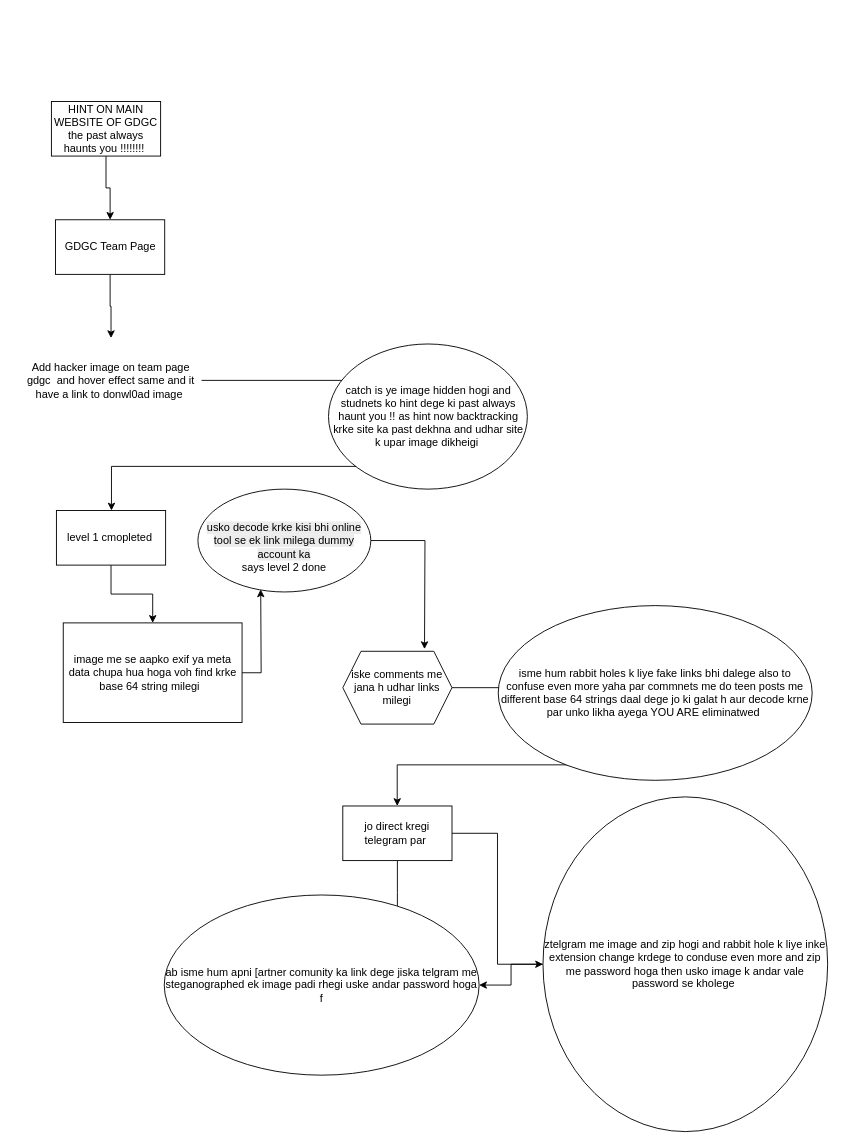
utkarshcse2026/SWE-Lab-Sem6- keeps this draw.io diagram as Ctf.drawio. Above is the earlier version. Source tidied: cells renumbered, new cells numbered last; positions are measured from the earlier drawing's top-left corner, leaving out a move shared by most shapes. Both pictures are drawn from the tidied source at 91%, with x=0, y=0 at pixel (20, 101).
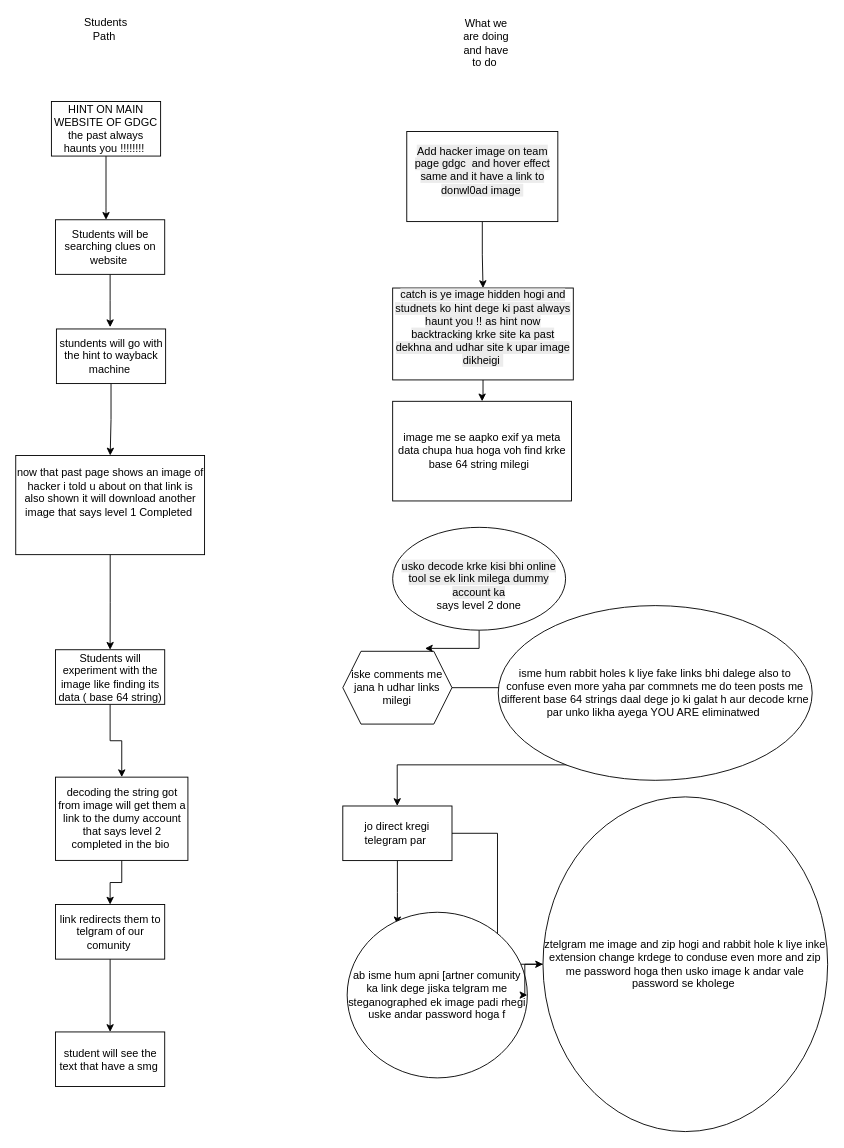
The same diagram, later.

Commit message:
Added users and creators pov

The change refers to these unchanged cells:
```xml
<mxCell id="23" value="HINT ON MAIN WEBSITE OF GDGC&lt;br&gt;the past always haunts you !!!!!!!!&amp;nbsp;" style="rounded=0;whiteSpace=wrap;html=1;" parent="1" vertex="1">
  <mxGeometry x="34" width="120" height="60" as="geometry" />
</mxCell>
```

Diff of the diagram source:
```diff
@@
-    <mxCell id="2" style="edgeStyle=orthogonalEdgeStyle;rounded=0;jettySize=auto;html=1;" parent="1" edge="1" source="3" target="7">
-      <mxGeometry relative="1" as="geometry">
-        <Array as="points">
-          <mxPoint x="420" y="307" />
-          <mxPoint x="420" y="401" />
-          <mxPoint x="100" y="401" />
-        </Array>
-      </mxGeometry>
-    </mxCell>
-    <mxCell id="3" value="Add hacker image on team page gdgc&amp;nbsp; and hover effect same and it have a link to donwl0ad image&amp;nbsp;" style="text;html=1;align=center;verticalAlign=middle;whiteSpace=wrap;rounded=0;" parent="1" vertex="1">
-      <mxGeometry y="260" width="199" height="93" as="geometry" />
-    </mxCell>
-    <mxCell id="4" style="edgeStyle=orthogonalEdgeStyle;rounded=0;jettySize=auto;html=1;" parent="1" edge="1" source="5" target="3">
-      <mxGeometry relative="1" as="geometry" />
+    <mxCell id="4" style="edgeStyle=orthogonalEdgeStyle;rounded=0;jettySize=auto;html=1;" parent="1" edge="1" source="5">
+      <mxGeometry relative="1" as="geometry">
+        <mxPoint x="98.5" y="248" as="targetPoint" />
+      </mxGeometry>
     </mxCell>
-    <mxCell id="5" value="GDGC Team Page" style="rounded=0;whiteSpace=wrap;html=1;" parent="1" vertex="1">
+    <mxCell id="5" value="Students will be searching clues on website&amp;nbsp;" style="rounded=0;whiteSpace=wrap;html=1;" parent="1" vertex="1">
       <mxGeometry x="38.5" y="130" width="120" height="60" as="geometry" />
     </mxCell>
-    <mxCell id="6" style="edgeStyle=orthogonalEdgeStyle;rounded=0;jettySize=auto;html=1;" parent="1" edge="1" source="7" target="10">
-      <mxGeometry relative="1" as="geometry" />
-    </mxCell>
-    <mxCell id="7" value="level 1 cmopleted&amp;nbsp;" style="whiteSpace=wrap;html=1;" parent="1" vertex="1">
-      <mxGeometry x="39.5" y="449.5" width="120" height="60" as="geometry" />
-    </mxCell>
-    <mxCell id="8" value="catch is ye image hidden hogi and studnets ko hint dege ki past always haunt you !! as hint now backtracking krke site ka past dekhna and udhar site k upar image dikheigi&amp;nbsp;" style="ellipse;whiteSpace=wrap;html=1;" parent="1" vertex="1">
-      <mxGeometry x="338.5" y="266.5" width="218.5" height="159.5" as="geometry" />
-    </mxCell>
-    <mxCell id="9" style="edgeStyle=orthogonalEdgeStyle;rounded=0;jettySize=auto;html=1;" parent="1" edge="1" source="10">
-      <mxGeometry relative="1" as="geometry">
-        <mxPoint x="264" y="536.2" as="targetPoint" />
-      </mxGeometry>
-    </mxCell>
-    <mxCell id="10" value="image me se aapko exif ya meta data chupa hua hoga voh find krke base 64 string milegi&amp;nbsp;&amp;nbsp;" style="whiteSpace=wrap;html=1;" parent="1" vertex="1">
-      <mxGeometry x="47" y="573" width="196.5" height="109.5" as="geometry" />
-    </mxCell>
@@
     <mxCell id="17" value="&lt;br&gt;&lt;span style=&quot;color: rgb(0, 0, 0); font-family: Helvetica; font-size: 12px; font-style: normal; font-variant-ligatures: normal; font-variant-caps: normal; font-weight: 400; letter-spacing: normal; orphans: 2; text-align: center; text-indent: 0px; text-transform: none; widows: 2; word-spacing: 0px; -webkit-text-stroke-width: 0px; white-space: normal; background-color: rgb(236, 236, 236); text-decoration-thickness: initial; text-decoration-style: initial; text-decoration-color: initial; float: none; display: inline !important;&quot;&gt;usko decode krke kisi bhi online tool se ek link milega dummy account ka&lt;/span&gt;&lt;br&gt;says level 2 done" style="ellipse;whiteSpace=wrap;html=1;" parent="1" vertex="1">
-      <mxGeometry x="195" y="426" width="190" height="113" as="geometry" />
+      <mxGeometry x="409" y="468" width="190" height="113" as="geometry" />
     </mxCell>
@@
     <mxCell id="19" value="ab isme hum apni [artner comunity ka link dege jiska telgram me steganographed ek image padi rhegi uske andar password hoga f" style="ellipse;whiteSpace=wrap;html=1;" parent="1" vertex="1">
-      <mxGeometry x="158" y="872" width="346" height="198" as="geometry" />
+      <mxGeometry x="359" y="891" width="198" height="182" as="geometry" />
     </mxCell>
@@
     <mxCell id="22" style="edgeStyle=orthogonalEdgeStyle;rounded=0;jettySize=auto;html=1;" parent="1" edge="1" source="23" target="5">
-      <mxGeometry relative="1" as="geometry" />
+      <mxGeometry relative="1" as="geometry">
+        <Array as="points">
+          <mxPoint x="94" y="117" />
+          <mxPoint x="94" y="117" />
+        </Array>
+      </mxGeometry>
     </mxCell>
@@
+    <mxCell id="24" style="edgeStyle=orthogonalEdgeStyle;rounded=0;jettySize=auto;html=1;" parent="1" edge="1" source="25" target="31">
+      <mxGeometry relative="1" as="geometry" />
+    </mxCell>
+    <mxCell id="25" value="stundents will go with the hint to wayback machine&amp;nbsp;" style="rounded=0;whiteSpace=wrap;html=1;" parent="1" vertex="1">
+      <mxGeometry x="39.5" y="250" width="120" height="60" as="geometry" />
+    </mxCell>
+    <mxCell id="26" style="edgeStyle=orthogonalEdgeStyle;rounded=0;jettySize=auto;html=1;" parent="1" edge="1" source="8" target="10">
+      <mxGeometry relative="1" as="geometry" />
+    </mxCell>
+    <mxCell id="8" value="&#10;&lt;span style=&quot;color: rgb(0, 0, 0); font-family: Helvetica; font-size: 12px; font-style: normal; font-variant-ligatures: normal; font-variant-caps: normal; font-weight: 400; letter-spacing: normal; orphans: 2; text-align: center; text-indent: 0px; text-transform: none; widows: 2; word-spacing: 0px; -webkit-text-stroke-width: 0px; white-space: normal; background-color: rgb(236, 236, 236); text-decoration-thickness: initial; text-decoration-style: initial; text-decoration-color: initial; display: inline !important; float: none;&quot;&gt;catch is ye image hidden hogi and studnets ko hint dege ki past always haunt you !! as hint now backtracking krke site ka past dekhna and udhar site k upar image dikheigi&amp;nbsp;&lt;/span&gt;&#10;&#10;" style="whiteSpace=wrap;html=1;" parent="1" vertex="1">
+      <mxGeometry x="409" y="205" width="198.5" height="101" as="geometry" />
+    </mxCell>
+    <mxCell id="27" style="edgeStyle=orthogonalEdgeStyle;rounded=0;jettySize=auto;html=1;" parent="1" edge="1" source="3" target="8">
+      <mxGeometry relative="1" as="geometry" />
+    </mxCell>
+    <mxCell id="3" value="&#10;&lt;span style=&quot;color: rgb(0, 0, 0); font-family: Helvetica; font-size: 12px; font-style: normal; font-variant-ligatures: normal; font-variant-caps: normal; font-weight: 400; letter-spacing: normal; orphans: 2; text-align: center; text-indent: 0px; text-transform: none; widows: 2; word-spacing: 0px; -webkit-text-stroke-width: 0px; white-space: normal; background-color: rgb(236, 236, 236); text-decoration-thickness: initial; text-decoration-style: initial; text-decoration-color: initial; display: inline !important; float: none;&quot;&gt;Add hacker image on team page gdgc&amp;nbsp; and hover effect same and it have a link to donwl0ad image&amp;nbsp;&lt;/span&gt;&#10;&#10;" style="rounded=0;whiteSpace=wrap;html=1;" parent="1" vertex="1">
+      <mxGeometry x="424.5" y="33" width="166" height="99" as="geometry" />
+    </mxCell>
+    <mxCell id="10" value="image me se aapko exif ya meta data chupa hua hoga voh find krke base 64 string milegi&amp;nbsp;&amp;nbsp;" style="whiteSpace=wrap;html=1;" parent="1" vertex="1">
+      <mxGeometry x="409" y="329.5" width="196.5" height="109.5" as="geometry" />
+    </mxCell>
+    <mxCell id="28" value="Students Path&amp;nbsp;" style="text;html=1;align=center;verticalAlign=middle;whiteSpace=wrap;rounded=0;" parent="1" vertex="1">
+      <mxGeometry x="64" y="-94" width="60" height="30" as="geometry" />
+    </mxCell>
+    <mxCell id="29" value="What we are doing and have to do&amp;nbsp;" style="text;html=1;align=center;verticalAlign=middle;whiteSpace=wrap;rounded=0;" parent="1" vertex="1">
+      <mxGeometry x="482" y="-79" width="60" height="30" as="geometry" />
+    </mxCell>
+    <mxCell id="30" style="edgeStyle=orthogonalEdgeStyle;rounded=0;jettySize=auto;html=1;" parent="1" edge="1" source="31" target="33">
+      <mxGeometry relative="1" as="geometry" />
+    </mxCell>
+    <mxCell id="31" value="&#10;now that past page shows an image of hacker i told u about on that link is also shown it will download another image that says level 1 Completed&amp;nbsp;&lt;div style=&quot;forced-color-adjust: none;&quot;&gt;&lt;br style=&quot;forced-color-adjust: none; color: rgb(0, 0, 0); font-family: Helvetica; font-size: 12px; font-style: normal; font-variant-ligatures: normal; font-variant-caps: normal; font-weight: 400; letter-spacing: normal; orphans: 2; text-align: center; text-indent: 0px; text-transform: none; widows: 2; word-spacing: 0px; -webkit-text-stroke-width: 0px; white-space: normal; background-color: rgb(236, 236, 236); text-decoration-thickness: initial; text-decoration-style: initial; text-decoration-color: initial;&quot;&gt;&#10;&#10;&lt;/div&gt;" style="whiteSpace=wrap;html=1;rounded=0;" parent="1" vertex="1">
+      <mxGeometry x="-5.2" y="389" width="207.5" height="109" as="geometry" />
+    </mxCell>
+    <mxCell id="32" style="edgeStyle=orthogonalEdgeStyle;rounded=0;jettySize=auto;html=1;" parent="1" edge="1" source="33" target="35">
+      <mxGeometry relative="1" as="geometry" />
+    </mxCell>
+    <mxCell id="33" value="Students will experiment with the image like finding its data ( base 64 string)" style="whiteSpace=wrap;html=1;rounded=0;" parent="1" vertex="1">
+      <mxGeometry x="38.5" y="602.5" width="120" height="60" as="geometry" />
+    </mxCell>
+    <mxCell id="34" style="edgeStyle=orthogonalEdgeStyle;rounded=0;jettySize=auto;html=1;" parent="1" edge="1" source="35" target="37">
+      <mxGeometry relative="1" as="geometry" />
+    </mxCell>
+    <mxCell id="35" value="decoding the string got from image will get them a link to the dumy account that says level 2 completed in the bio&amp;nbsp;" style="whiteSpace=wrap;html=1;rounded=0;" parent="1" vertex="1">
+      <mxGeometry x="38.5" y="742.5" width="145.5" height="91.5" as="geometry" />
+    </mxCell>
+    <mxCell id="36" style="edgeStyle=orthogonalEdgeStyle;rounded=0;jettySize=auto;html=1;" parent="1" edge="1" source="37" target="38">
+      <mxGeometry relative="1" as="geometry" />
+    </mxCell>
+    <mxCell id="37" value="link redirects them to telgram of our comunity&amp;nbsp;" style="whiteSpace=wrap;html=1;rounded=0;" parent="1" vertex="1">
+      <mxGeometry x="38.5" y="882.5" width="120" height="60" as="geometry" />
+    </mxCell>
+    <mxCell id="38" value="student will see the text that have a smg&amp;nbsp;" style="whiteSpace=wrap;html=1;rounded=0;" parent="1" vertex="1">
+      <mxGeometry x="38.5" y="1022.5" width="120" height="60" as="geometry" />
+    </mxCell>
```
